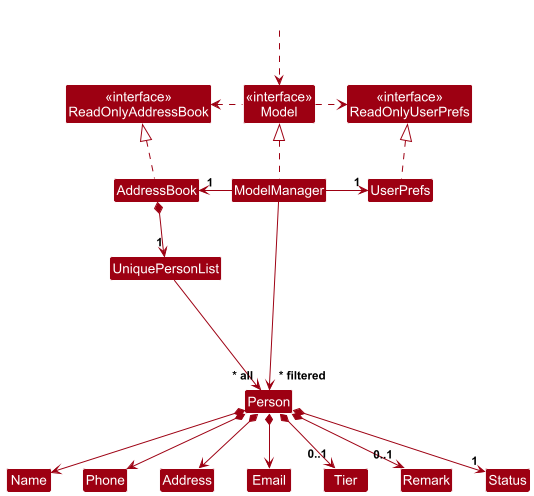
The PlantUML diagram docs/images/ModelClassDiagram.png in nus-cs2103-AY2425S1/tp, before a commit.
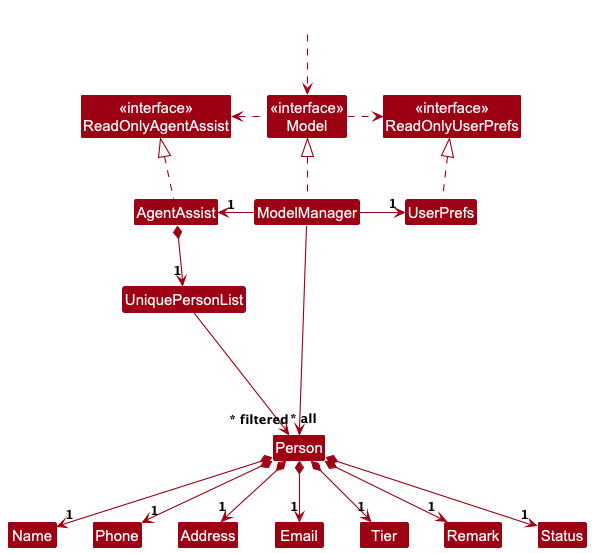
Above is the later version.

Change to the diagram source:
```diff
@@ -4,10 +4,10 @@
 skinparam arrowColor MODEL_COLOR
 skinparam classBackgroundColor MODEL_COLOR
 
-Class "<<interface>>\nReadOnlyAddressBook" as ReadOnlyAddressBook
+Class "<<interface>>\nReadOnlyAgentAssist" as ReadOnlyAgentAssist
 Class "<<interface>>\nReadOnlyUserPrefs" as ReadOnlyUserPrefs
 Class "<<interface>>\nModel" as Model
-Class AddressBook
+Class AgentAssist
 Class ModelManager
 Class UserPrefs
 
@@ -25,23 +25,23 @@
 Class HiddenOutside #FFFFFF
 HiddenOutside ..> Model
 
-AddressBook .up.|> ReadOnlyAddressBook
+AgentAssist .up.|> ReadOnlyAgentAssist
 
 ModelManager .up.|> Model
 Model .right.> ReadOnlyUserPrefs
-Model .left.> ReadOnlyAddressBook
-ModelManager -left-> "1" AddressBook
+Model .left.> ReadOnlyAgentAssist
+ModelManager -left-> "1" AgentAssist
 ModelManager -right-> "1" UserPrefs
 UserPrefs .up.|> ReadOnlyUserPrefs
 
-AddressBook *--> "1" UniquePersonList
+AgentAssist *--> "1" UniquePersonList
 UniquePersonList --> "~* all" Person
-Person *--> Name
-Person *--> Phone
-Person *--> Email
-Person *--> Address
-Person *--> "0..1" Remark
-Person *--> "0..1" Tier
+Person *--> "1" Name
+Person *--> "1" Phone
+Person *--> "1" Email
+Person *--> "1" Address
+Person *--> "1" Remark
+Person *--> "1" Tier
 Person *--> "1" Status
 
 Person -[hidden]up--> I
```
